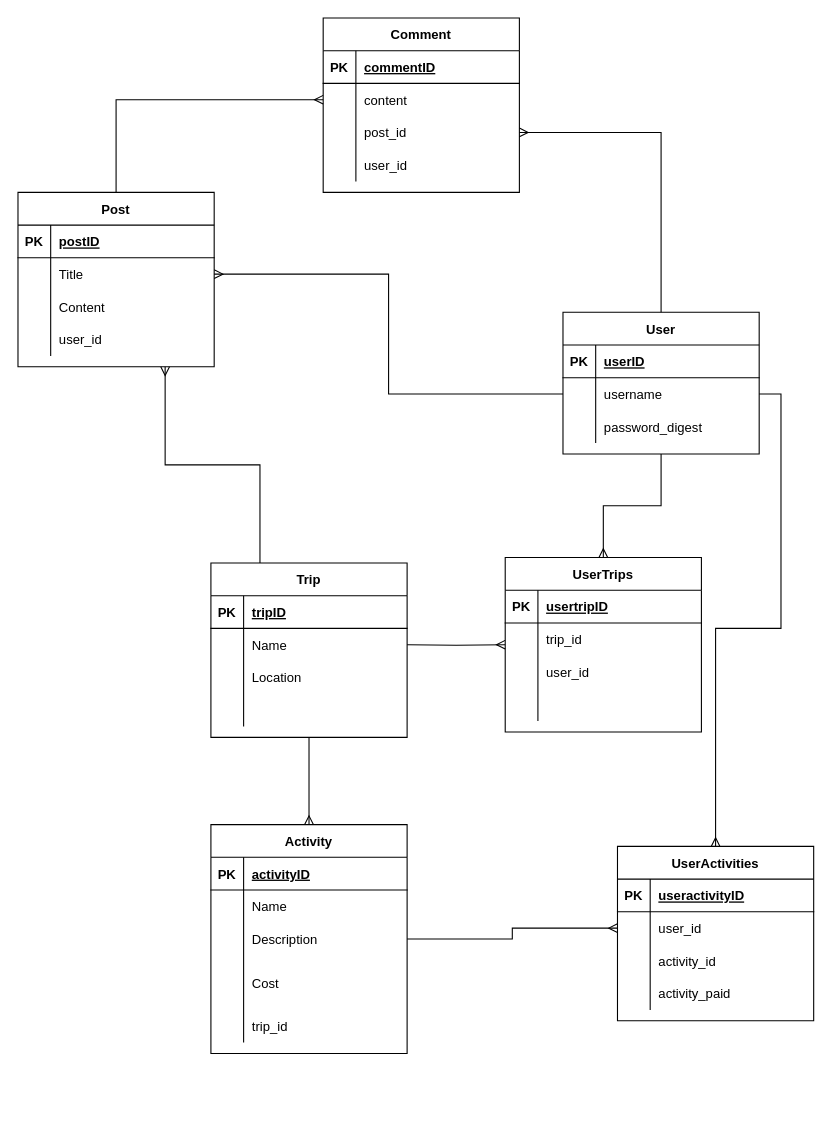
damianmalysza/trippin keeps this draw.io diagram as db/models.drawio. Above is the earlier version. Source tidied: cells renumbered, new cells numbered last; positions are measured from the earlier drawing's top-left corner, leaving out a move shared by most shapes. Both pictures are drawn from the tidied source at 109%, with x=0, y=0 at pixel (17, 17).
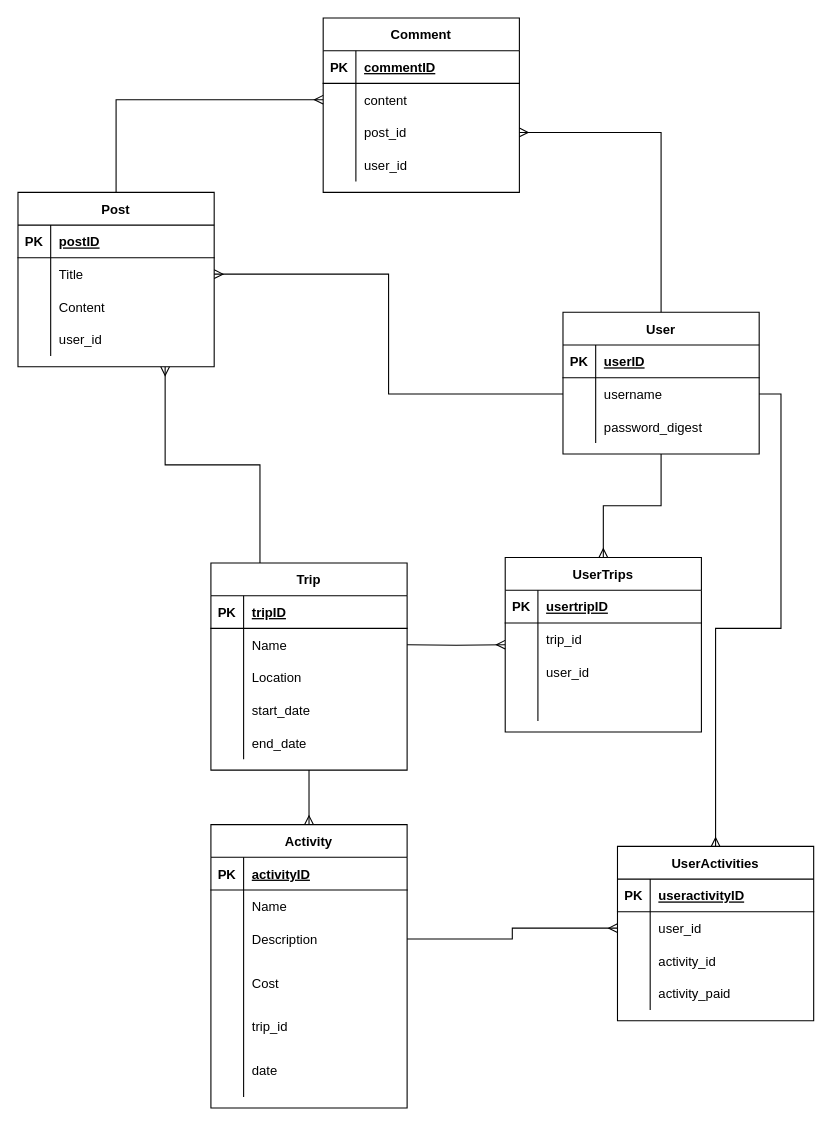
Above is the later version.

Commit message:
added date fields to model diagram

The change refers to these unchanged cells:
```xml
<mxCell id="13" style="shape=partialRectangle;fillColor=none;top=0;left=0;bottom=0;right=0;" parent="3" vertex="1">
  <mxGeometry y="120" width="180" height="30" as="geometry" />
</mxCell>
```

The edit, as a diff of the source:
```diff
@@
     <mxCell id="3" value="Trip" style="shape=table;startSize=30;childLayout=tableLayout;rowLines=0;fontStyle=1;align=center;" parent="1" vertex="1">
-      <mxGeometry x="177" y="500" width="180" height="160" as="geometry" />
+      <mxGeometry x="177" y="500" width="180" height="190" as="geometry" />
     </mxCell>
@@
-    <mxCell id="15" style="shape=partialRectangle;fillColor=none;top=0;left=0;bottom=0;right=0;align=left;spacingLeft=6;overflow=hidden;" parent="13" vertex="1">
+    <mxCell id="15" value="start_date" style="shape=partialRectangle;fillColor=none;top=0;left=0;bottom=0;right=0;align=left;spacingLeft=6;overflow=hidden;" parent="13" vertex="1">
       <mxGeometry x="30" width="150" height="30" as="geometry" />
     </mxCell>
+    <mxCell id="102" style="shape=partialRectangle;fillColor=none;top=0;left=0;bottom=0;right=0;" parent="3" vertex="1">
+      <mxGeometry y="150" width="180" height="30" as="geometry" />
+    </mxCell>
+    <mxCell id="103" style="shape=partialRectangle;fillColor=none;top=0;left=0;bottom=0;right=0;overflow=hidden;" parent="102" vertex="1">
+      <mxGeometry width="30" height="30" as="geometry" />
+    </mxCell>
+    <mxCell id="104" value="end_date" style="shape=partialRectangle;fillColor=none;top=0;left=0;bottom=0;right=0;align=left;spacingLeft=6;overflow=hidden;" parent="102" vertex="1">
+      <mxGeometry x="30" width="150" height="30" as="geometry" />
+    </mxCell>
@@
     <mxCell id="26" value="Activity" style="shape=table;startSize=30;childLayout=tableLayout;rowLines=0;fontStyle=1;align=center;" parent="1" vertex="1">
-      <mxGeometry x="177" y="740" width="180" height="210" as="geometry" />
+      <mxGeometry x="177" y="740" width="180" height="260" as="geometry" />
     </mxCell>
@@
+    <mxCell id="105" style="shape=partialRectangle;fillColor=none;top=0;left=0;bottom=0;right=0;" parent="26" vertex="1">
+      <mxGeometry y="200" width="180" height="50" as="geometry" />
+    </mxCell>
+    <mxCell id="106" style="shape=partialRectangle;fillColor=none;top=0;left=0;bottom=0;right=0;overflow=hidden;" parent="105" vertex="1">
+      <mxGeometry width="30" height="50" as="geometry" />
+    </mxCell>
+    <mxCell id="107" value="date" style="shape=partialRectangle;fillColor=none;top=0;left=0;bottom=0;right=0;align=left;spacingLeft=6;overflow=hidden;" parent="105" vertex="1">
+      <mxGeometry x="30" width="150" height="50" as="geometry" />
+    </mxCell>
```
